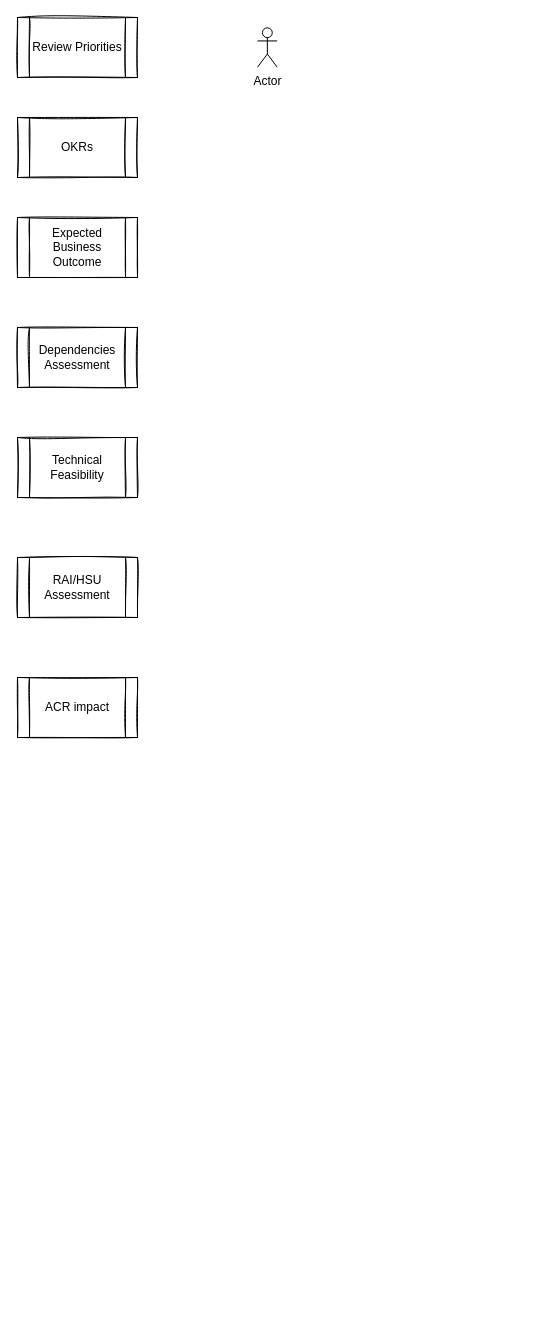
sebastiano-fuccio/ABB-Partership keeps this draw.io diagram as page "Triage Steps" (2 of 5) of HRU Process.drawio. Above is the earlier version. Source tidied: cells renumbered, new cells numbered last; positions are measured from the earlier drawing's top-left corner, leaving out a move shared by most shapes. Both pictures are drawn from the tidied source at 100%, with x=0, y=0 at pixel (17, 17).
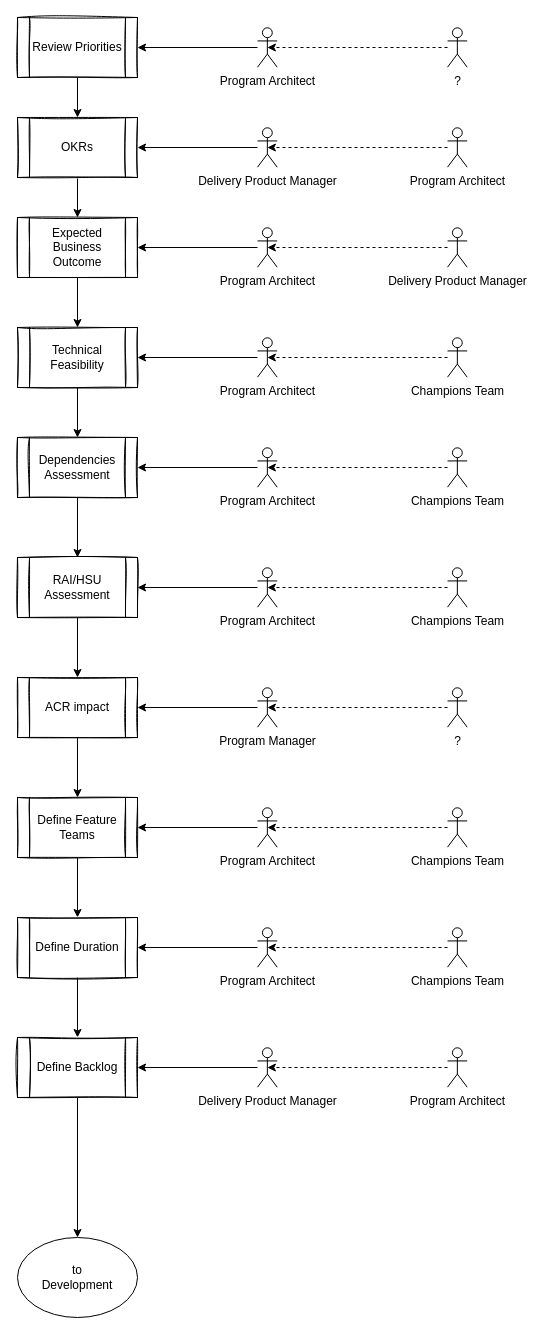
Above is the later version.

The change refers to these unchanged cells:
```xml
<mxCell id="2" value="Review Priorities" style="shape=process;whiteSpace=wrap;html=1;backgroundOutline=1;sketch=1;" parent="1" vertex="1">
  <mxGeometry width="120" height="60" as="geometry" />
</mxCell>
<mxCell id="3" value="OKRs" style="shape=process;whiteSpace=wrap;html=1;backgroundOutline=1;sketch=1;" parent="1" vertex="1">
  <mxGeometry y="100" width="120" height="60" as="geometry" />
</mxCell>
<mxCell id="4" value="Expected Business Outcome" style="shape=process;whiteSpace=wrap;html=1;backgroundOutline=1;sketch=1;" parent="1" vertex="1">
  <mxGeometry y="200" width="120" height="60" as="geometry" />
</mxCell>
<mxCell id="7" value="RAI/HSU Assessment" style="shape=process;whiteSpace=wrap;html=1;backgroundOutline=1;sketch=1;" parent="1" vertex="1">
  <mxGeometry y="540" width="120" height="60" as="geometry" />
</mxCell>
<mxCell id="8" value="ACR impact" style="shape=process;whiteSpace=wrap;html=1;backgroundOutline=1;sketch=1;" parent="1" vertex="1">
  <mxGeometry y="660" width="120" height="60" as="geometry" />
</mxCell>
```

The edit, as a diff of the source:
```diff
@@
+    <mxCell id="10" style="edgeStyle=orthogonalEdgeStyle;rounded=0;jettySize=auto;html=1;" parent="1" edge="1" source="2" target="3">
+      <mxGeometry relative="1" as="geometry" />
+    </mxCell>
@@
+    <mxCell id="11" style="edgeStyle=orthogonalEdgeStyle;rounded=0;jettySize=auto;html=1;" parent="1" edge="1" source="3" target="4">
+      <mxGeometry relative="1" as="geometry" />
+    </mxCell>
@@
+    <mxCell id="12" style="edgeStyle=orthogonalEdgeStyle;rounded=0;jettySize=auto;html=1;" parent="1" edge="1" source="4" target="6">
+      <mxGeometry relative="1" as="geometry" />
+    </mxCell>
@@
+    <mxCell id="13" style="edgeStyle=orthogonalEdgeStyle;rounded=0;jettySize=auto;html=1;" parent="1" edge="1" source="5" target="7">
+      <mxGeometry relative="1" as="geometry" />
+    </mxCell>
     <mxCell id="5" value="Dependencies Assessment" style="shape=process;whiteSpace=wrap;html=1;backgroundOutline=1;sketch=1;" parent="1" vertex="1">
-      <mxGeometry y="310" width="120" height="60" as="geometry" />
+      <mxGeometry y="420" width="120" height="60" as="geometry" />
     </mxCell>
+    <mxCell id="14" style="edgeStyle=orthogonalEdgeStyle;rounded=0;jettySize=auto;html=1;entryX=0.5;entryY=0;entryDx=0;entryDy=0;" parent="1" edge="1" source="6" target="5">
+      <mxGeometry relative="1" as="geometry" />
+    </mxCell>
     <mxCell id="6" value="Technical Feasibility" style="shape=process;whiteSpace=wrap;html=1;backgroundOutline=1;sketch=1;" parent="1" vertex="1">
-      <mxGeometry y="420" width="120" height="60" as="geometry" />
+      <mxGeometry y="310" width="120" height="60" as="geometry" />
     </mxCell>
+    <mxCell id="15" style="edgeStyle=orthogonalEdgeStyle;rounded=0;jettySize=auto;html=1;entryX=0.5;entryY=0;entryDx=0;entryDy=0;" parent="1" edge="1" source="7" target="8">
+      <mxGeometry relative="1" as="geometry" />
+    </mxCell>
@@
+    <mxCell id="16" style="edgeStyle=orthogonalEdgeStyle;rounded=0;jettySize=auto;html=1;" parent="1" edge="1" source="8" target="19">
+      <mxGeometry relative="1" as="geometry" />
+    </mxCell>
@@
+    <mxCell id="17" style="edgeStyle=orthogonalEdgeStyle;rounded=0;jettySize=auto;html=1;entryX=1;entryY=0.5;entryDx=0;entryDy=0;" parent="1" edge="1" source="9" target="2">
+      <mxGeometry relative="1" as="geometry" />
+    </mxCell>
-    <mxCell id="9" value="Actor" style="shape=umlActor;verticalLabelPosition=bottom;verticalAlign=top;html=1;outlineConnect=0;" parent="1" vertex="1">
+    <mxCell id="9" value="Program Architect" style="shape=umlActor;verticalLabelPosition=bottom;verticalAlign=top;html=1;outlineConnect=0;" parent="1" vertex="1">
       <mxGeometry x="240" y="10.3" width="19.7" height="39.4" as="geometry" />
     </mxCell>
+    <mxCell id="18" style="edgeStyle=orthogonalEdgeStyle;rounded=0;jettySize=auto;html=1;" parent="1" edge="1" source="19" target="21">
+      <mxGeometry relative="1" as="geometry" />
+    </mxCell>
+    <mxCell id="19" value="Define Feature Teams" style="shape=process;whiteSpace=wrap;html=1;backgroundOutline=1;sketch=1;" parent="1" vertex="1">
+      <mxGeometry y="780" width="120" height="60" as="geometry" />
+    </mxCell>
+    <mxCell id="20" style="edgeStyle=orthogonalEdgeStyle;rounded=0;jettySize=auto;html=1;" parent="1" edge="1" source="21" target="24">
+      <mxGeometry relative="1" as="geometry" />
+    </mxCell>
+    <mxCell id="21" value="Define Duration" style="shape=process;whiteSpace=wrap;html=1;backgroundOutline=1;sketch=1;" parent="1" vertex="1">
+      <mxGeometry y="900" width="120" height="60" as="geometry" />
+    </mxCell>
+    <mxCell id="22" value="to&lt;br&gt;Development" style="ellipse;whiteSpace=wrap;html=1;" parent="1" vertex="1">
+      <mxGeometry y="1220" width="120" height="80" as="geometry" />
+    </mxCell>
+    <mxCell id="23" style="edgeStyle=orthogonalEdgeStyle;rounded=0;jettySize=auto;html=1;" parent="1" edge="1" source="24" target="22">
+      <mxGeometry relative="1" as="geometry" />
+    </mxCell>
+    <mxCell id="24" value="Define Backlog" style="shape=process;whiteSpace=wrap;html=1;backgroundOutline=1;sketch=1;" parent="1" vertex="1">
+      <mxGeometry y="1020" width="120" height="60" as="geometry" />
+    </mxCell>
+    <mxCell id="25" style="edgeStyle=orthogonalEdgeStyle;rounded=0;jettySize=auto;html=1;" parent="1" edge="1" source="26" target="3">
+      <mxGeometry relative="1" as="geometry" />
+    </mxCell>
+    <mxCell id="26" value="Delivery Product Manager" style="shape=umlActor;verticalLabelPosition=bottom;verticalAlign=top;html=1;outlineConnect=0;" parent="1" vertex="1">
+      <mxGeometry x="240" y="110.3" width="19.7" height="39.4" as="geometry" />
+    </mxCell>
+    <mxCell id="27" style="edgeStyle=orthogonalEdgeStyle;rounded=0;jettySize=auto;html=1;entryX=1;entryY=0.5;entryDx=0;entryDy=0;" parent="1" edge="1" source="28" target="4">
+      <mxGeometry relative="1" as="geometry" />
+    </mxCell>
+    <mxCell id="28" value="Program Architect" style="shape=umlActor;verticalLabelPosition=bottom;verticalAlign=top;html=1;outlineConnect=0;" parent="1" vertex="1">
+      <mxGeometry x="240" y="210.3" width="19.7" height="39.4" as="geometry" />
+    </mxCell>
+    <mxCell id="29" style="edgeStyle=orthogonalEdgeStyle;rounded=0;jettySize=auto;html=1;" parent="1" edge="1" source="30" target="6">
+      <mxGeometry relative="1" as="geometry" />
+    </mxCell>
+    <mxCell id="30" value="Program Architect" style="shape=umlActor;verticalLabelPosition=bottom;verticalAlign=top;html=1;outlineConnect=0;" parent="1" vertex="1">
+      <mxGeometry x="240" y="320.3" width="19.7" height="39.4" as="geometry" />
+    </mxCell>
+    <mxCell id="31" style="edgeStyle=orthogonalEdgeStyle;rounded=0;jettySize=auto;html=1;" parent="1" edge="1" source="32" target="5">
+      <mxGeometry relative="1" as="geometry" />
+    </mxCell>
+    <mxCell id="32" value="Program Architect" style="shape=umlActor;verticalLabelPosition=bottom;verticalAlign=top;html=1;outlineConnect=0;" parent="1" vertex="1">
+      <mxGeometry x="240" y="430.3" width="19.7" height="39.4" as="geometry" />
+    </mxCell>
+    <mxCell id="33" style="edgeStyle=orthogonalEdgeStyle;rounded=0;jettySize=auto;html=1;" parent="1" edge="1" source="34" target="7">
+      <mxGeometry relative="1" as="geometry" />
+    </mxCell>
+    <mxCell id="34" value="Program Architect" style="shape=umlActor;verticalLabelPosition=bottom;verticalAlign=top;html=1;outlineConnect=0;" parent="1" vertex="1">
+      <mxGeometry x="240" y="550.3" width="19.7" height="39.4" as="geometry" />
+    </mxCell>
+    <mxCell id="35" style="edgeStyle=orthogonalEdgeStyle;rounded=0;jettySize=auto;html=1;" parent="1" edge="1" source="36" target="8">
+      <mxGeometry relative="1" as="geometry" />
+    </mxCell>
+    <mxCell id="36" value="Program Manager" style="shape=umlActor;verticalLabelPosition=bottom;verticalAlign=top;html=1;outlineConnect=0;" parent="1" vertex="1">
+      <mxGeometry x="240" y="670.3" width="19.7" height="39.4" as="geometry" />
+    </mxCell>
+    <mxCell id="37" style="edgeStyle=orthogonalEdgeStyle;rounded=0;jettySize=auto;html=1;entryX=1;entryY=0.5;entryDx=0;entryDy=0;" parent="1" edge="1" source="38" target="19">
+      <mxGeometry relative="1" as="geometry" />
+    </mxCell>
+    <mxCell id="38" value="Program Architect" style="shape=umlActor;verticalLabelPosition=bottom;verticalAlign=top;html=1;outlineConnect=0;" parent="1" vertex="1">
+      <mxGeometry x="240" y="790.3" width="19.7" height="39.4" as="geometry" />
+    </mxCell>
+    <mxCell id="39" style="edgeStyle=orthogonalEdgeStyle;rounded=0;jettySize=auto;html=1;" parent="1" edge="1" source="40" target="21">
+      <mxGeometry relative="1" as="geometry" />
+    </mxCell>
+    <mxCell id="40" value="Program Architect" style="shape=umlActor;verticalLabelPosition=bottom;verticalAlign=top;html=1;outlineConnect=0;" parent="1" vertex="1">
+      <mxGeometry x="240" y="910.3" width="19.7" height="39.4" as="geometry" />
+    </mxCell>
+    <mxCell id="41" style="edgeStyle=orthogonalEdgeStyle;rounded=0;jettySize=auto;html=1;" parent="1" edge="1" source="42" target="24">
+      <mxGeometry relative="1" as="geometry" />
+    </mxCell>
+    <mxCell id="42" value="Delivery Product Manager" style="shape=umlActor;verticalLabelPosition=bottom;verticalAlign=top;html=1;outlineConnect=0;" parent="1" vertex="1">
+      <mxGeometry x="240" y="1030.3" width="19.7" height="39.4" as="geometry" />
+    </mxCell>
+    <mxCell id="43" style="edgeStyle=orthogonalEdgeStyle;rounded=0;jettySize=auto;html=1;entryX=0.5;entryY=0.5;entryDx=0;entryDy=0;entryPerimeter=0;dashed=1;" parent="1" edge="1" source="44" target="30">
+      <mxGeometry relative="1" as="geometry" />
+    </mxCell>
+    <mxCell id="44" value="Champions Team" style="shape=umlActor;verticalLabelPosition=bottom;verticalAlign=top;html=1;outlineConnect=0;" parent="1" vertex="1">
+      <mxGeometry x="430" y="320.3" width="19.7" height="39.4" as="geometry" />
+    </mxCell>
+    <mxCell id="45" style="edgeStyle=orthogonalEdgeStyle;rounded=0;jettySize=auto;html=1;entryX=0.5;entryY=0.5;entryDx=0;entryDy=0;entryPerimeter=0;dashed=1;" parent="1" edge="1" source="46" target="32">
+      <mxGeometry relative="1" as="geometry" />
+    </mxCell>
+    <mxCell id="46" value="Champions Team" style="shape=umlActor;verticalLabelPosition=bottom;verticalAlign=top;html=1;outlineConnect=0;" parent="1" vertex="1">
+      <mxGeometry x="430" y="430.3" width="19.7" height="39.4" as="geometry" />
+    </mxCell>
+    <mxCell id="47" style="edgeStyle=orthogonalEdgeStyle;rounded=0;jettySize=auto;html=1;entryX=0.5;entryY=0.5;entryDx=0;entryDy=0;entryPerimeter=0;dashed=1;" parent="1" edge="1" source="48" target="34">
+      <mxGeometry relative="1" as="geometry" />
+    </mxCell>
+    <mxCell id="48" value="Champions Team" style="shape=umlActor;verticalLabelPosition=bottom;verticalAlign=top;html=1;outlineConnect=0;" parent="1" vertex="1">
+      <mxGeometry x="430" y="550.3" width="19.7" height="39.4" as="geometry" />
+    </mxCell>
+    <mxCell id="49" style="edgeStyle=orthogonalEdgeStyle;rounded=0;jettySize=auto;html=1;entryX=0.5;entryY=0.5;entryDx=0;entryDy=0;entryPerimeter=0;dashed=1;" parent="1" edge="1" source="50" target="36">
+      <mxGeometry relative="1" as="geometry" />
+    </mxCell>
+    <mxCell id="50" value="?" style="shape=umlActor;verticalLabelPosition=bottom;verticalAlign=top;html=1;outlineConnect=0;" parent="1" vertex="1">
+      <mxGeometry x="430" y="670.3" width="19.7" height="39.4" as="geometry" />
+    </mxCell>
+    <mxCell id="51" style="edgeStyle=orthogonalEdgeStyle;rounded=0;jettySize=auto;html=1;entryX=0.5;entryY=0.5;entryDx=0;entryDy=0;entryPerimeter=0;dashed=1;" parent="1" edge="1" source="52" target="38">
+      <mxGeometry relative="1" as="geometry" />
+    </mxCell>
+    <mxCell id="52" value="Champions Team" style="shape=umlActor;verticalLabelPosition=bottom;verticalAlign=top;html=1;outlineConnect=0;" parent="1" vertex="1">
+      <mxGeometry x="430" y="790.3" width="19.7" height="39.4" as="geometry" />
+    </mxCell>
+    <mxCell id="53" style="edgeStyle=orthogonalEdgeStyle;rounded=0;jettySize=auto;html=1;entryX=0.5;entryY=0.5;entryDx=0;entryDy=0;entryPerimeter=0;dashed=1;" parent="1" edge="1" source="54" target="40">
+      <mxGeometry relative="1" as="geometry" />
+    </mxCell>
+    <mxCell id="54" value="Champions Team" style="shape=umlActor;verticalLabelPosition=bottom;verticalAlign=top;html=1;outlineConnect=0;" parent="1" vertex="1">
+      <mxGeometry x="430" y="910.3" width="19.7" height="39.4" as="geometry" />
+    </mxCell>
+    <mxCell id="55" style="edgeStyle=orthogonalEdgeStyle;rounded=0;jettySize=auto;html=1;entryX=0.5;entryY=0.5;entryDx=0;entryDy=0;entryPerimeter=0;dashed=1;" parent="1" edge="1" source="56" target="42">
+      <mxGeometry relative="1" as="geometry" />
+    </mxCell>
+    <mxCell id="56" value="Program Architect" style="shape=umlActor;verticalLabelPosition=bottom;verticalAlign=top;html=1;outlineConnect=0;" parent="1" vertex="1">
+      <mxGeometry x="430" y="1030.3" width="19.7" height="39.4" as="geometry" />
+    </mxCell>
+    <mxCell id="57" style="edgeStyle=orthogonalEdgeStyle;rounded=0;jettySize=auto;html=1;entryX=0.5;entryY=0.5;entryDx=0;entryDy=0;entryPerimeter=0;dashed=1;" parent="1" edge="1" source="58" target="9">
+      <mxGeometry relative="1" as="geometry" />
+    </mxCell>
+    <mxCell id="58" value="?" style="shape=umlActor;verticalLabelPosition=bottom;verticalAlign=top;html=1;outlineConnect=0;" parent="1" vertex="1">
+      <mxGeometry x="430" y="10.3" width="19.7" height="39.4" as="geometry" />
+    </mxCell>
+    <mxCell id="59" style="edgeStyle=orthogonalEdgeStyle;rounded=0;jettySize=auto;html=1;entryX=0.5;entryY=0.5;entryDx=0;entryDy=0;entryPerimeter=0;dashed=1;" parent="1" edge="1" source="60" target="26">
+      <mxGeometry relative="1" as="geometry" />
+    </mxCell>
+    <mxCell id="60" value="Program Architect" style="shape=umlActor;verticalLabelPosition=bottom;verticalAlign=top;html=1;outlineConnect=0;" parent="1" vertex="1">
+      <mxGeometry x="430" y="110.3" width="19.7" height="39.4" as="geometry" />
+    </mxCell>
+    <mxCell id="61" style="edgeStyle=orthogonalEdgeStyle;rounded=0;jettySize=auto;html=1;entryX=0.5;entryY=0.5;entryDx=0;entryDy=0;entryPerimeter=0;dashed=1;" parent="1" edge="1" source="62" target="28">
+      <mxGeometry relative="1" as="geometry" />
+    </mxCell>
+    <mxCell id="62" value="Delivery Product Manager" style="shape=umlActor;verticalLabelPosition=bottom;verticalAlign=top;html=1;outlineConnect=0;" parent="1" vertex="1">
+      <mxGeometry x="430" y="210.3" width="19.7" height="39.4" as="geometry" />
+    </mxCell>
```
